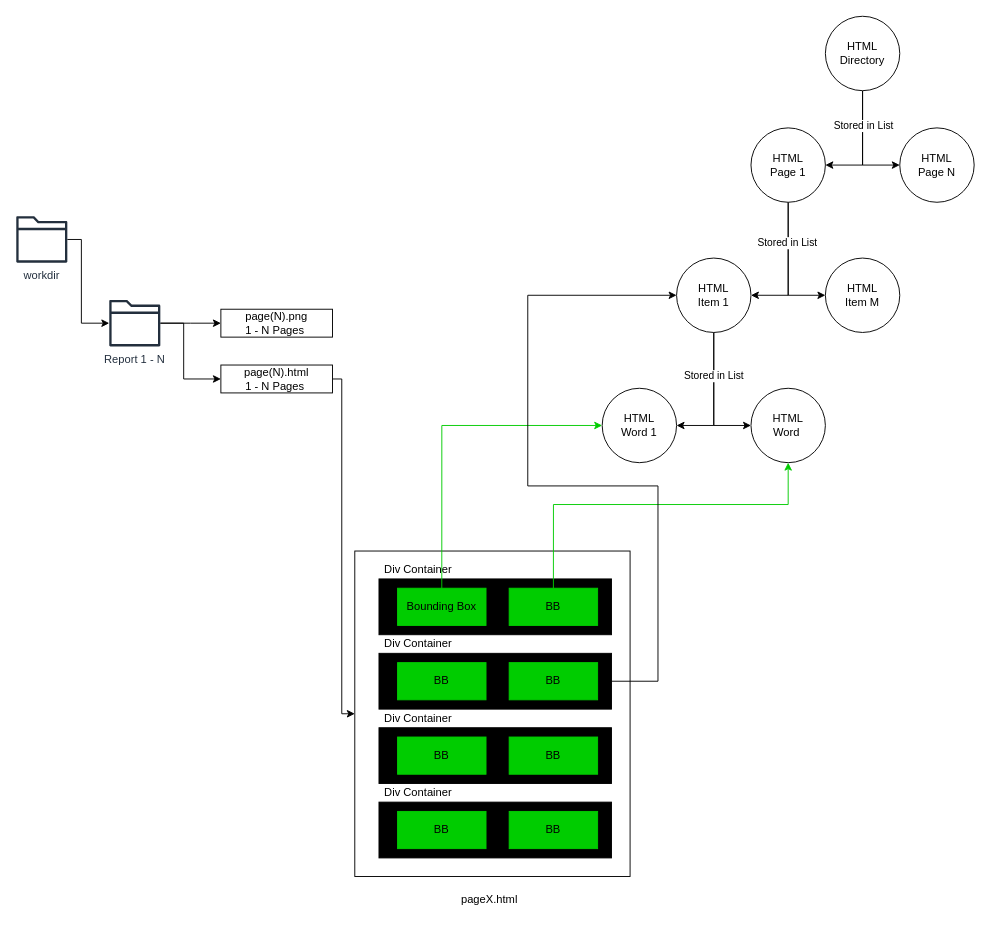
Above: page "2 ParseHTML" (3 of 17) of docs/AnalyzeProcess.drawio in fra-uas-digital-project-wp2/TableKPIExtractor (draw.io), before the change. Source tidied: cells renumbered, new cells numbered last; positions are measured from the earlier drawing's top-left corner, leaving out a move shared by most shapes. Both pictures are drawn from the tidied source at 93%, with x=0, y=0 at pixel (16, 16).
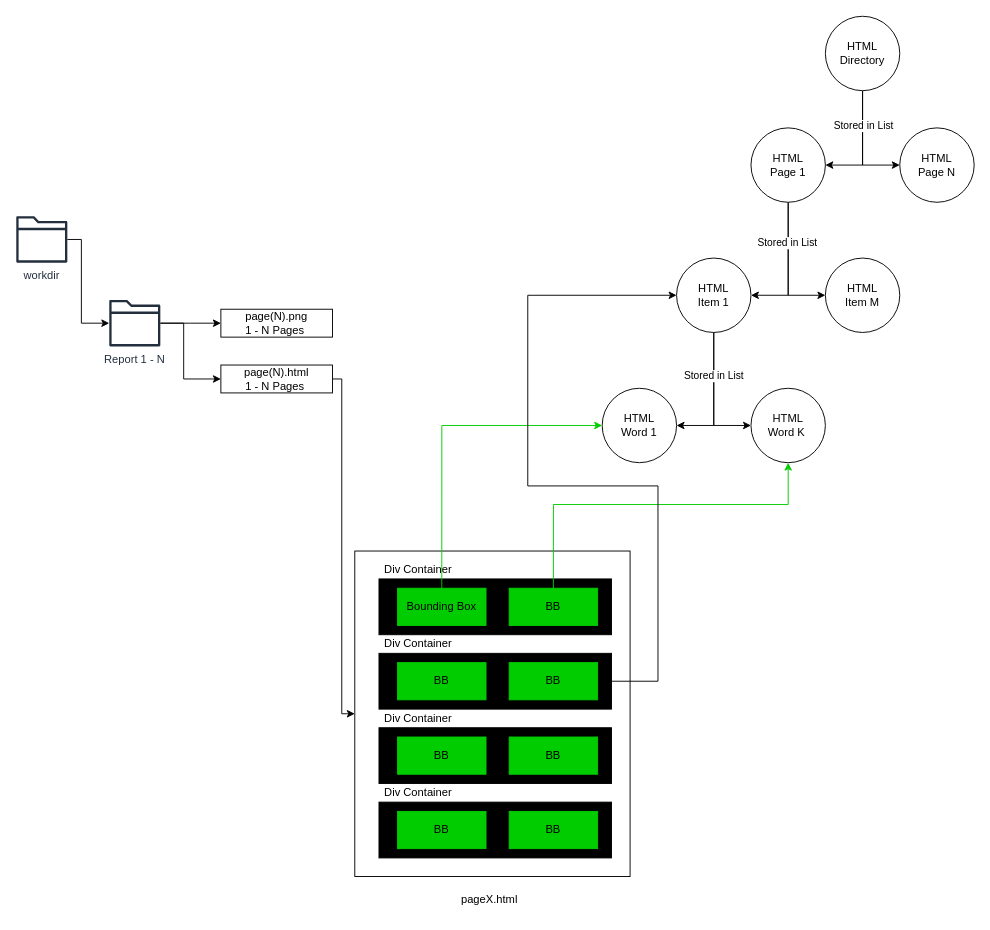
Above is the later version.

Diff of the diagram source:
```diff
@@
-    <mxCell id="17" value="HTML&lt;br&gt;Word&amp;nbsp;" style="ellipse;whiteSpace=wrap;html=1;" parent="1" vertex="1">
+    <mxCell id="17" value="HTML&lt;br&gt;Word K&amp;nbsp;" style="ellipse;whiteSpace=wrap;html=1;" parent="1" vertex="1">
       <mxGeometry x="790" y="400" width="80" height="80" as="geometry" />
     </mxCell>
```
